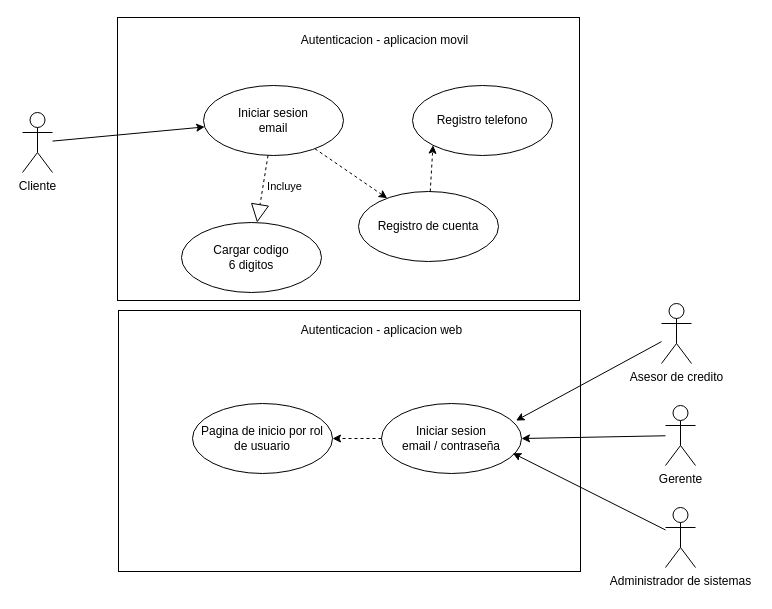
This is docs/use cases/authentication.drawio from alexrv11/credicuotas, a draw.io file, before an edit. Source tidied: cells renumbered, new cells numbered last; positions are measured from the earlier drawing's top-left corner, leaving out a move shared by most shapes. Both pictures are drawn from the tidied source at 100%, with x=0, y=0 at pixel (22, 17).
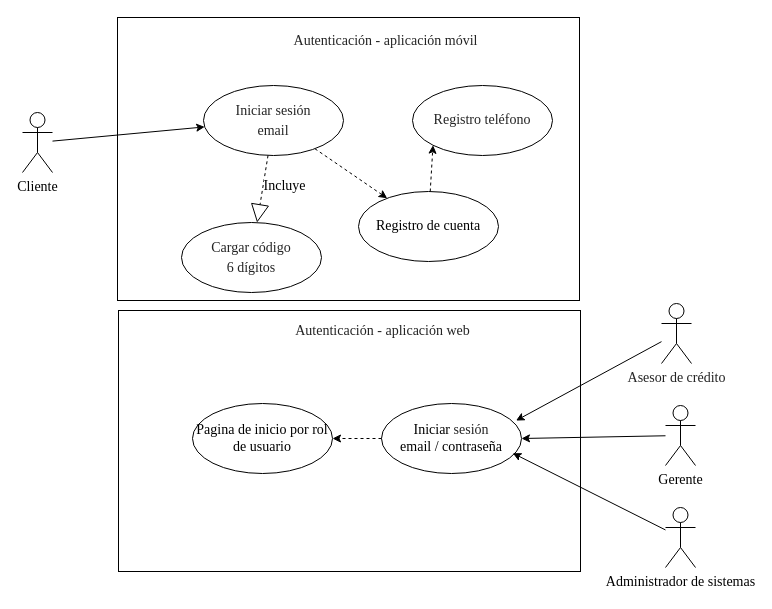
After the change.

Change to the diagram source:
```diff
@@
-    <mxCell id="2" style="rounded=0;whiteSpace=wrap;html=1;" parent="1" vertex="1">
+    <mxCell id="2" style="rounded=0;whiteSpace=wrap;html=1;fontSize=14;fontFamily=Times New Roman;" parent="1" vertex="1">
       <mxGeometry x="96" y="293" width="462" height="261" as="geometry" />
     </mxCell>
-    <mxCell id="3" style="rounded=0;whiteSpace=wrap;html=1;" parent="1" vertex="1">
+    <mxCell id="3" style="rounded=0;whiteSpace=wrap;html=1;fontSize=14;fontFamily=Times New Roman;" parent="1" vertex="1">
       <mxGeometry x="95" width="462" height="283" as="geometry" />
     </mxCell>
-    <mxCell id="4" value="Autenticacion - aplicacion movil&lt;br&gt;" style="text;html=1;align=center;verticalAlign=middle;strokeColor=none;" parent="1" vertex="1">
-      <mxGeometry x="273" y="14" width="177" height="18" as="geometry" />
+    <mxCell id="4" value="&lt;span id=&quot;docs-internal-guid-254b071b-7fff-619b-bcc3-f632610e774d&quot; style=&quot;font-size: 14px;&quot;&gt;&lt;span style=&quot;font-size: 14px; color: rgb(36, 36, 36); vertical-align: baseline;&quot;&gt;Autenticación - aplicación móvil&lt;/span&gt;&lt;/span&gt;" style="text;html=1;align=center;verticalAlign=middle;strokeColor=none;fontSize=14;fontFamily=Times New Roman;" parent="1" vertex="1">
+      <mxGeometry x="266" y="13" width="194" height="21" as="geometry" />
     </mxCell>
-    <mxCell id="5" style="edgeStyle=none;html=1;dashed=1;" parent="1" edge="1" source="6" target="18">
+    <mxCell id="5" style="edgeStyle=none;html=1;dashed=1;fontSize=14;fontFamily=Times New Roman;" parent="1" edge="1" source="6" target="18">
       <mxGeometry relative="1" as="geometry" />
     </mxCell>
-    <mxCell id="6" value="Iniciar sesion &lt;br&gt;email" style="ellipse;whiteSpace=wrap;html=1;" parent="1" vertex="1">
+    <mxCell id="6" value="&lt;span id=&quot;docs-internal-guid-8cefaea0-7fff-6c85-2a23-4637aa1b3503&quot;&gt;&lt;p dir=&quot;ltr&quot; style=&quot;line-height: 1.38 ; text-align: justify ; margin-top: 0pt ; margin-bottom: 0pt&quot;&gt;&lt;span style=&quot;font-size: 10.5pt ; color: rgb(36 , 36 , 36) ; vertical-align: baseline&quot;&gt;Iniciar sesión&lt;/span&gt;&lt;/p&gt;&lt;p dir=&quot;ltr&quot; style=&quot;line-height: 1.38 ; margin-top: 0pt ; margin-bottom: 0pt&quot;&gt;&lt;span style=&quot;font-size: 10.5pt ; color: rgb(36 , 36 , 36) ; vertical-align: baseline&quot;&gt;email&lt;/span&gt;&lt;/p&gt;&lt;/span&gt;" style="ellipse;whiteSpace=wrap;html=1;fontSize=14;fontFamily=Times New Roman;" parent="1" vertex="1">
       <mxGeometry x="181" y="68" width="140" height="70" as="geometry" />
     </mxCell>
-    <mxCell id="7" value="Iniciar sesion&lt;br&gt;email / contraseña" style="ellipse;whiteSpace=wrap;html=1;" parent="1" vertex="1">
+    <mxCell id="7" value="Iniciar&amp;nbsp;&lt;span id=&quot;docs-internal-guid-9de1ebfd-7fff-7b5a-eb31-299195e3676c&quot;&gt;&lt;span style=&quot;font-size: 10.5pt ; color: rgb(36 , 36 , 36) ; vertical-align: baseline&quot;&gt;sesión&lt;/span&gt;&lt;/span&gt;&lt;br style=&quot;font-size: 14px&quot;&gt;email / contraseña" style="ellipse;whiteSpace=wrap;html=1;fontSize=14;fontFamily=Times New Roman;" parent="1" vertex="1">
       <mxGeometry x="359" y="386" width="140" height="70" as="geometry" />
     </mxCell>
-    <mxCell id="8" style="edgeStyle=none;html=1;entryX=0.961;entryY=0.244;entryDx=0;entryDy=0;entryPerimeter=0;" parent="1" edge="1" source="9" target="7">
+    <mxCell id="8" style="edgeStyle=none;html=1;entryX=0.961;entryY=0.244;entryDx=0;entryDy=0;entryPerimeter=0;fontSize=14;fontFamily=Times New Roman;" parent="1" edge="1" source="9" target="7">
       <mxGeometry relative="1" as="geometry" />
     </mxCell>
-    <mxCell id="9" value="Asesor de credito" style="shape=umlActor;verticalLabelPosition=bottom;verticalAlign=top;html=1;" parent="1" vertex="1">
+    <mxCell id="9" value="&lt;span id=&quot;docs-internal-guid-a1e2d61a-7fff-554b-abac-8dddb17401ed&quot;&gt;&lt;span style=&quot;font-size: 10.5pt ; color: rgb(36 , 36 , 36) ; vertical-align: baseline&quot;&gt;Asesor de crédito&lt;/span&gt;&lt;/span&gt;" style="shape=umlActor;verticalLabelPosition=bottom;verticalAlign=top;html=1;fontSize=14;fontFamily=Times New Roman;" parent="1" vertex="1">
       <mxGeometry x="639" y="286" width="30" height="60" as="geometry" />
     </mxCell>
-    <mxCell id="10" value="Autenticacion - aplicacion web" style="text;html=1;align=center;verticalAlign=middle;strokeColor=none;" parent="1" vertex="1">
-      <mxGeometry x="273" y="304" width="171" height="18" as="geometry" />
+    <mxCell id="10" value="&lt;span id=&quot;docs-internal-guid-82047baf-7fff-ec66-f510-b4cca4f108e6&quot;&gt;&lt;span style=&quot;font-size: 10.5pt ; color: rgb(36 , 36 , 36) ; vertical-align: baseline&quot;&gt;Autenticación - aplicación web&lt;/span&gt;&lt;/span&gt;" style="text;html=1;align=center;verticalAlign=middle;strokeColor=none;fontSize=14;fontFamily=Times New Roman;" parent="1" vertex="1">
+      <mxGeometry x="267" y="303" width="185" height="21" as="geometry" />
     </mxCell>
-    <mxCell id="11" style="edgeStyle=none;html=1;entryX=1;entryY=0.5;entryDx=0;entryDy=0;" parent="1" edge="1" source="12" target="7">
+    <mxCell id="11" style="edgeStyle=none;html=1;entryX=1;entryY=0.5;entryDx=0;entryDy=0;fontSize=14;fontFamily=Times New Roman;" parent="1" edge="1" source="12" target="7">
       <mxGeometry relative="1" as="geometry" />
     </mxCell>
-    <mxCell id="12" value="Gerente" style="shape=umlActor;verticalLabelPosition=bottom;verticalAlign=top;html=1;" parent="1" vertex="1">
+    <mxCell id="12" value="Gerente" style="shape=umlActor;verticalLabelPosition=bottom;verticalAlign=top;html=1;fontSize=14;fontFamily=Times New Roman;" parent="1" vertex="1">
       <mxGeometry x="643" y="388" width="30" height="60" as="geometry" />
     </mxCell>
-    <mxCell id="13" style="edgeStyle=none;html=1;entryX=0.938;entryY=0.71;entryDx=0;entryDy=0;entryPerimeter=0;" parent="1" edge="1" source="14" target="7">
+    <mxCell id="13" style="edgeStyle=none;html=1;entryX=0.938;entryY=0.71;entryDx=0;entryDy=0;entryPerimeter=0;fontSize=14;fontFamily=Times New Roman;" parent="1" edge="1" source="14" target="7">
       <mxGeometry relative="1" as="geometry" />
     </mxCell>
-    <mxCell id="14" value="Administrador de sistemas" style="shape=umlActor;verticalLabelPosition=bottom;verticalAlign=top;html=1;" parent="1" vertex="1">
+    <mxCell id="14" value="Administrador de sistemas" style="shape=umlActor;verticalLabelPosition=bottom;verticalAlign=top;html=1;fontSize=14;fontFamily=Times New Roman;" parent="1" vertex="1">
       <mxGeometry x="643" y="490" width="30" height="60" as="geometry" />
     </mxCell>
-    <mxCell id="15" style="edgeStyle=none;html=1;" parent="1" edge="1" source="16" target="6">
+    <mxCell id="15" style="edgeStyle=none;html=1;fontSize=14;fontFamily=Times New Roman;" parent="1" edge="1" source="16" target="6">
       <mxGeometry relative="1" as="geometry" />
     </mxCell>
-    <mxCell id="16" value="Cliente" style="shape=umlActor;verticalLabelPosition=bottom;verticalAlign=top;html=1;" parent="1" vertex="1">
+    <mxCell id="16" value="Cliente" style="shape=umlActor;verticalLabelPosition=bottom;verticalAlign=top;html=1;fontSize=14;fontFamily=Times New Roman;" parent="1" vertex="1">
       <mxGeometry y="95" width="30" height="60" as="geometry" />
     </mxCell>
-    <mxCell id="17" style="edgeStyle=none;html=1;entryX=0;entryY=1;entryDx=0;entryDy=0;dashed=1;" parent="1" edge="1" source="18" target="19">
+    <mxCell id="17" style="edgeStyle=none;html=1;entryX=0;entryY=1;entryDx=0;entryDy=0;dashed=1;fontSize=14;fontFamily=Times New Roman;" parent="1" edge="1" source="18" target="19">
       <mxGeometry relative="1" as="geometry" />
     </mxCell>
-    <mxCell id="18" value="Registro de cuenta" style="ellipse;whiteSpace=wrap;html=1;" parent="1" vertex="1">
+    <mxCell id="18" value="Registro de cuenta" style="ellipse;whiteSpace=wrap;html=1;fontSize=14;fontFamily=Times New Roman;" parent="1" vertex="1">
       <mxGeometry x="336" y="174" width="140" height="70" as="geometry" />
     </mxCell>
-    <mxCell id="19" value="Registro telefono" style="ellipse;whiteSpace=wrap;html=1;" parent="1" vertex="1">
+    <mxCell id="19" value="&lt;span id=&quot;docs-internal-guid-0e8b1a09-7fff-fd49-e51c-306c02f8a478&quot;&gt;&lt;span style=&quot;font-size: 10.5pt ; color: rgb(36 , 36 , 36) ; vertical-align: baseline&quot;&gt;Registro teléfono&lt;/span&gt;&lt;/span&gt;" style="ellipse;whiteSpace=wrap;html=1;fontSize=14;fontFamily=Times New Roman;" parent="1" vertex="1">
       <mxGeometry x="390" y="68" width="140" height="70" as="geometry" />
     </mxCell>
-    <mxCell id="20" value="Pagina de inicio por rol de usuario" style="ellipse;whiteSpace=wrap;html=1;" parent="1" vertex="1">
+    <mxCell id="20" value="Pagina de inicio por rol de usuario" style="ellipse;whiteSpace=wrap;html=1;fontSize=14;fontFamily=Times New Roman;" parent="1" vertex="1">
       <mxGeometry x="170" y="386" width="140" height="70" as="geometry" />
     </mxCell>
-    <mxCell id="21" style="edgeStyle=none;html=1;dashed=1;exitX=0;exitY=0.5;exitDx=0;exitDy=0;entryX=1;entryY=0.5;entryDx=0;entryDy=0;" parent="1" edge="1" source="7" target="20">
+    <mxCell id="21" style="edgeStyle=none;html=1;dashed=1;exitX=0;exitY=0.5;exitDx=0;exitDy=0;entryX=1;entryY=0.5;entryDx=0;entryDy=0;fontSize=14;fontFamily=Times New Roman;" parent="1" edge="1" source="7" target="20">
       <mxGeometry relative="1" as="geometry" />
     </mxCell>
-    <mxCell id="22" value="Cargar codigo &lt;br&gt;6 digitos" style="ellipse;whiteSpace=wrap;html=1;" parent="1" vertex="1">
+    <mxCell id="22" value="&lt;span id=&quot;docs-internal-guid-416d4be7-7fff-440d-8334-b0a5e7427e2f&quot;&gt;&lt;p dir=&quot;ltr&quot; style=&quot;line-height: 1.38 ; text-align: justify ; margin-top: 0pt ; margin-bottom: 0pt&quot;&gt;&lt;span style=&quot;font-size: 10.5pt ; color: rgb(36 , 36 , 36) ; vertical-align: baseline&quot;&gt;Cargar código&lt;/span&gt;&lt;/p&gt;&lt;p dir=&quot;ltr&quot; style=&quot;line-height: 1.38 ; margin-top: 0pt ; margin-bottom: 0pt&quot;&gt;&lt;span style=&quot;font-size: 10.5pt ; color: rgb(36 , 36 , 36) ; vertical-align: baseline&quot;&gt;6 dígitos&lt;/span&gt;&lt;/p&gt;&lt;/span&gt;" style="ellipse;whiteSpace=wrap;html=1;fontSize=14;fontFamily=Times New Roman;" parent="1" vertex="1">
       <mxGeometry x="159" y="205" width="140" height="70" as="geometry" />
     </mxCell>
-    <mxCell id="23" value="Incluye" style="endArrow=block;endSize=16;endFill=0;html=1;dashed=1;" parent="1" edge="1" source="6" target="22">
+    <mxCell id="23" value="Incluye" style="endArrow=block;endSize=16;endFill=0;html=1;dashed=1;fontSize=14;fontFamily=Times New Roman;" parent="1" edge="1" source="6" target="22">
       <mxGeometry x="-0.18" y="21" relative="1" as="geometry" />
     </mxCell>
```
